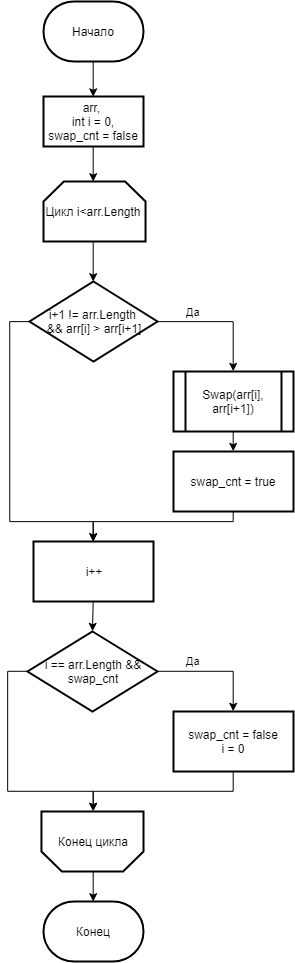
Earlier version of the draw.io export lab_3_Sort/Report/src/Bubble.png (Winterpuma/bmstu_AA). Source tidied: cells renumbered, new cells last; positions are measured from the earlier drawing's top-left corner, leaving out a move shared by most shapes.
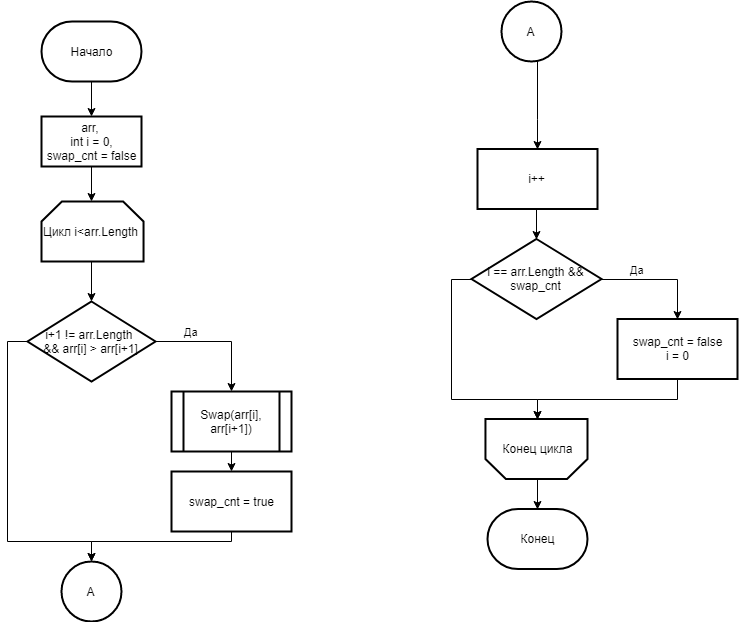
Later version of the same file.

What changed in the source:
```diff
@@ -17,8 +17,9 @@
     <mxCell id="6" value="Да" style="edgeStyle=orthogonalEdgeStyle;rounded=0;jettySize=auto;html=1;exitX=1;exitY=0.5;exitDx=0;exitDy=0;exitPerimeter=0;entryX=0.5;entryY=0;entryDx=0;entryDy=0;" parent="1" edge="1" source="8" target="10">
       <mxGeometry x="-0.42" y="10" relative="1" as="geometry" />
     </mxCell>
-    <mxCell id="7" style="edgeStyle=orthogonalEdgeStyle;rounded=0;jettySize=auto;html=1;exitX=0;exitY=0.5;exitDx=0;exitDy=0;exitPerimeter=0;entryX=0.5;entryY=0;entryDx=0;entryDy=0;" parent="1" edge="1" source="8" target="14">
+    <mxCell id="7" style="edgeStyle=orthogonalEdgeStyle;rounded=0;jettySize=auto;html=1;exitX=0;exitY=0.5;exitDx=0;exitDy=0;exitPerimeter=0;entryX=0.5;entryY=0;entryDx=0;entryDy=0;" parent="1" edge="1" source="8">
       <mxGeometry relative="1" as="geometry">
+        <mxPoint x="86" y="540" as="targetPoint" />
         <Array as="points">
           <mxPoint x="2" y="320" />
           <mxPoint x="2" y="520" />
@@ -35,59 +36,73 @@
     <mxCell id="10" value="Swap(arr[i], arr[i+1])" style="shape=process;whiteSpace=wrap;html=1;backgroundOutline=1;strokeWidth=2;" parent="1" vertex="1">
       <mxGeometry x="166" y="370" width="120" height="60" as="geometry" />
     </mxCell>
-    <mxCell id="11" style="edgeStyle=orthogonalEdgeStyle;rounded=0;jettySize=auto;html=1;exitX=0.5;exitY=1;exitDx=0;exitDy=0;entryX=0.5;entryY=0;entryDx=0;entryDy=0;" parent="1" edge="1" source="12" target="14">
-      <mxGeometry relative="1" as="geometry">
-        <Array as="points">
-          <mxPoint x="226" y="520" />
-          <mxPoint x="86" y="520" />
-        </Array>
-      </mxGeometry>
-    </mxCell>
+    <mxCell id="25" style="edgeStyle=orthogonalEdgeStyle;rounded=0;jettySize=auto;html=1;exitX=0.5;exitY=1;exitDx=0;exitDy=0;entryX=0.5;entryY=0;entryDx=0;entryDy=0;" parent="1" edge="1" source="12" target="28">
+      <mxGeometry relative="1" as="geometry">
+        <Array as="points">
+          <mxPoint x="226" y="520" />
+          <mxPoint x="86" y="520" />
+        </Array>
+      </mxGeometry>
+    </mxCell>
     <mxCell id="12" value="swap_cnt = true" style="rounded=0;whiteSpace=wrap;html=1;strokeWidth=2;" parent="1" vertex="1">
       <mxGeometry x="166" y="450" width="120" height="60" as="geometry" />
     </mxCell>
+    <mxCell id="23" style="edgeStyle=orthogonalEdgeStyle;rounded=0;jettySize=auto;html=1;exitX=0.5;exitY=1;exitDx=0;exitDy=0;exitPerimeter=0;entryX=0.5;entryY=0;entryDx=0;entryDy=0;entryPerimeter=0;" parent="1" edge="1" source="24" target="8">
+      <mxGeometry relative="1" as="geometry" />
+    </mxCell>
+    <mxCell id="24" value="Цикл i&amp;lt;arr.Length" style="strokeWidth=2;html=1;shape=(stored shape, 408 characters);whiteSpace=wrap;rotation=0;direction=east;gradientColor=#ffffff;" parent="1" vertex="1">
+      <mxGeometry x="36" y="180" width="100" height="60" as="geometry" />
+    </mxCell>
+    <mxCell id="26" style="edgeStyle=orthogonalEdgeStyle;rounded=0;jettySize=auto;html=1;exitX=0.5;exitY=1;exitDx=0;exitDy=0;entryX=0.5;entryY=0;entryDx=0;entryDy=0;" parent="1" edge="1" source="29" target="14">
+      <mxGeometry relative="1" as="geometry">
+        <Array as="points">
+          <mxPoint x="532" y="97.5" />
+          <mxPoint x="532" y="97.5" />
+        </Array>
+      </mxGeometry>
+    </mxCell>
     <mxCell id="13" style="edgeStyle=orthogonalEdgeStyle;rounded=0;jettySize=auto;html=1;exitX=0.5;exitY=1;exitDx=0;exitDy=0;entryX=0.5;entryY=0;entryDx=0;entryDy=0;entryPerimeter=0;" parent="1" edge="1" source="14" target="17">
       <mxGeometry relative="1" as="geometry" />
     </mxCell>
     <mxCell id="14" value="i++" style="rounded=0;whiteSpace=wrap;html=1;strokeWidth=2;" parent="1" vertex="1">
-      <mxGeometry x="26" y="540" width="120" height="60" as="geometry" />
+      <mxGeometry x="472" y="127.5" width="120" height="60" as="geometry" />
     </mxCell>
     <mxCell id="15" value="Да" style="edgeStyle=orthogonalEdgeStyle;rounded=0;jettySize=auto;html=1;exitX=1;exitY=0.5;exitDx=0;exitDy=0;exitPerimeter=0;entryX=0.5;entryY=0;entryDx=0;entryDy=0;" parent="1" edge="1" source="17" target="19">
       <mxGeometry x="-0.38" y="10" relative="1" as="geometry" />
     </mxCell>
-    <mxCell id="16" style="edgeStyle=orthogonalEdgeStyle;rounded=0;jettySize=auto;html=1;exitX=0;exitY=0.5;exitDx=0;exitDy=0;exitPerimeter=0;" parent="1" edge="1" source="17">
-      <mxGeometry relative="1" as="geometry">
-        <mxPoint x="86" y="810" as="targetPoint" />
-        <Array as="points">
-          <mxPoint y="670" />
-          <mxPoint y="790" />
-          <mxPoint x="86" y="790" />
-        </Array>
-      </mxGeometry>
-    </mxCell>
+    <mxCell id="27" style="edgeStyle=orthogonalEdgeStyle;rounded=0;jettySize=auto;html=1;exitX=0;exitY=0.5;exitDx=0;exitDy=0;exitPerimeter=0;" parent="1" edge="1" source="17">
+      <mxGeometry relative="1" as="geometry">
+        <mxPoint x="532" y="397.5" as="targetPoint" />
+        <Array as="points">
+          <mxPoint x="446" y="257.5" />
+          <mxPoint x="446" y="377.5" />
+          <mxPoint x="532" y="377.5" />
+        </Array>
+      </mxGeometry>
+    </mxCell>
     <mxCell id="17" value="i == arr.Length &amp;amp;&amp;amp;&lt;br&gt;swap_cnt" style="strokeWidth=2;html=1;shape=mxgraph.flowchart.decision;whiteSpace=wrap;" parent="1" vertex="1">
-      <mxGeometry x="20" y="630" width="130" height="80" as="geometry" />
+      <mxGeometry x="466" y="217.5" width="130" height="80" as="geometry" />
     </mxCell>
     <mxCell id="18" style="edgeStyle=orthogonalEdgeStyle;rounded=0;jettySize=auto;html=1;exitX=0.5;exitY=1;exitDx=0;exitDy=0;entryX=0.5;entryY=1;entryDx=0;entryDy=0;entryPerimeter=0;" parent="1" edge="1" source="19" target="22">
       <mxGeometry relative="1" as="geometry" />
     </mxCell>
     <mxCell id="19" value="swap_cnt = false&lt;br&gt;i = 0" style="rounded=0;whiteSpace=wrap;html=1;strokeWidth=2;" parent="1" vertex="1">
-      <mxGeometry x="166" y="710" width="120" height="60" as="geometry" />
+      <mxGeometry x="612" y="297.5" width="120" height="60" as="geometry" />
     </mxCell>
     <mxCell id="20" value="Конец" style="strokeWidth=2;html=1;shape=mxgraph.flowchart.terminator;whiteSpace=wrap;" parent="1" vertex="1">
-      <mxGeometry x="36" y="900" width="100" height="60" as="geometry" />
+      <mxGeometry x="482" y="487.5" width="100" height="60" as="geometry" />
     </mxCell>
     <mxCell id="21" style="edgeStyle=orthogonalEdgeStyle;rounded=0;jettySize=auto;html=1;exitX=0.5;exitY=0;exitDx=0;exitDy=0;exitPerimeter=0;entryX=0.5;entryY=0;entryDx=0;entryDy=0;entryPerimeter=0;" parent="1" edge="1" source="22" target="20">
       <mxGeometry relative="1" as="geometry" />
     </mxCell>
     <mxCell id="22" value="Конец цикла" style="strokeWidth=2;html=1;shape=(stored shape, 408 characters);whiteSpace=wrap;rotation=0;direction=west;gradientColor=#ffffff;" parent="1" vertex="1">
-      <mxGeometry x="36" y="810" width="100" height="60" as="geometry" />
+      <mxGeometry x="482" y="397.5" width="100" height="60" as="geometry" />
     </mxCell>
-    <mxCell id="23" style="edgeStyle=orthogonalEdgeStyle;rounded=0;jettySize=auto;html=1;exitX=0.5;exitY=1;exitDx=0;exitDy=0;exitPerimeter=0;entryX=0.5;entryY=0;entryDx=0;entryDy=0;entryPerimeter=0;" parent="1" edge="1" source="24" target="8">
-      <mxGeometry relative="1" as="geometry" />
-    </mxCell>
-    <mxCell id="24" value="Цикл i&amp;lt;arr.Length" style="strokeWidth=2;html=1;shape=(stored shape, 408 characters);whiteSpace=wrap;rotation=0;direction=east;gradientColor=#ffffff;" parent="1" vertex="1">
-      <mxGeometry x="36" y="180" width="100" height="60" as="geometry" />
-    </mxCell>
+    <mxCell id="28" value="A" style="ellipse;whiteSpace=wrap;html=1;strokeWidth=2;" parent="1" vertex="1">
+      <mxGeometry x="56" y="540" width="60" height="60" as="geometry" />
+    </mxCell>
+    <mxCell id="29" value="A" style="ellipse;whiteSpace=wrap;html=1;strokeWidth=2;" parent="1" vertex="1">
+      <mxGeometry x="496" y="-20" width="60" height="60" as="geometry" />
+    </mxCell>
   </root>
 </mxGraphModel>
```
